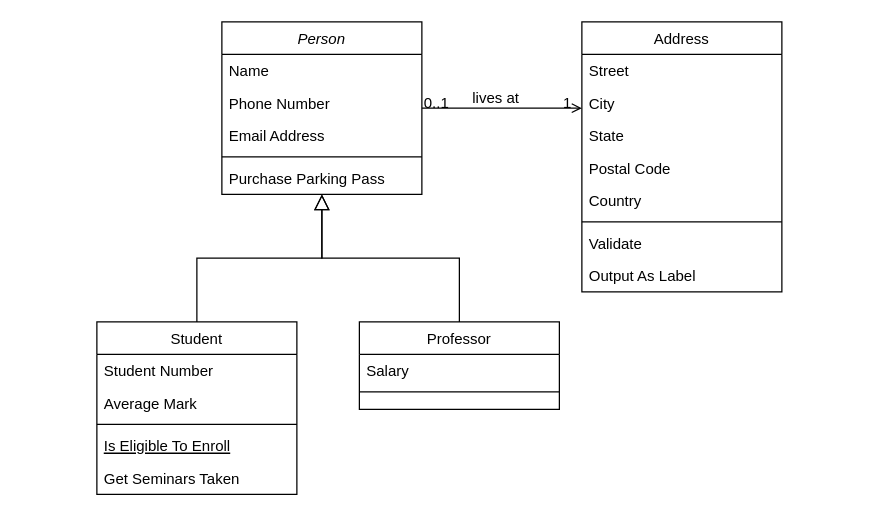
Earlier version of the draw.io diagram Untitled Diagram.drawio (aaronfeng80/basepoint). Source tidied: cells renumbered, new cells numbered last; positions are measured from the earlier drawing's top-left corner, leaving out a move shared by most shapes. Both pictures are drawn from the tidied source at 125%, with x=0, y=0 at pixel (96, 21).
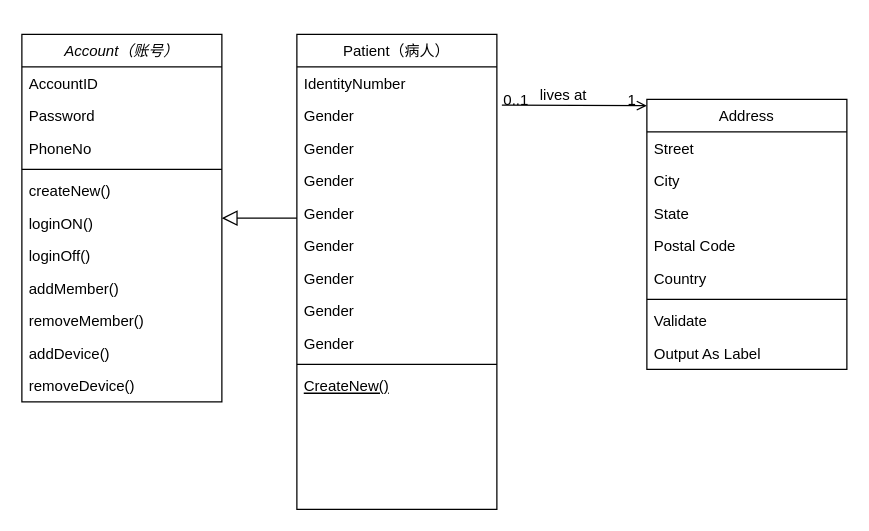
The same diagram, later.

What changed in the source:
```diff
@@
-    <mxCell id="2" value="Person" style="swimlane;fontStyle=2;align=center;verticalAlign=top;horizontal=1;startSize=26;rounded=0;shadow=0;strokeWidth=1;" parent="1" vertex="1">
-      <mxGeometry x="100" width="160" height="138" as="geometry" />
+    <mxCell id="2" value="Account（账号）" style="swimlane;fontStyle=2;align=center;verticalAlign=top;horizontal=1;startSize=26;rounded=0;shadow=0;strokeWidth=1;" parent="1" vertex="1">
+      <mxGeometry x="-60" y="10" width="160" height="294" as="geometry" />
     </mxCell>
-    <mxCell id="3" value="Name" style="text;align=left;verticalAlign=top;spacingLeft=4;spacingRight=4;overflow=hidden;" parent="2" vertex="1">
+    <mxCell id="3" value="AccountID" style="text;align=left;verticalAlign=top;spacingLeft=4;spacingRight=4;overflow=hidden;" parent="2" vertex="1">
       <mxGeometry y="26" width="160" height="26" as="geometry" />
     </mxCell>
-    <mxCell id="4" value="Phone Number" style="text;align=left;verticalAlign=top;spacingLeft=4;spacingRight=4;overflow=hidden;rounded=0;shadow=0;html=0;" parent="2" vertex="1">
+    <mxCell id="4" value="Password" style="text;align=left;verticalAlign=top;spacingLeft=4;spacingRight=4;overflow=hidden;rounded=0;shadow=0;html=0;" parent="2" vertex="1">
       <mxGeometry y="52" width="160" height="26" as="geometry" />
     </mxCell>
-    <mxCell id="5" value="Email Address" style="text;align=left;verticalAlign=top;spacingLeft=4;spacingRight=4;overflow=hidden;rounded=0;shadow=0;html=0;" parent="2" vertex="1">
+    <mxCell id="5" value="PhoneNo" style="text;align=left;verticalAlign=top;spacingLeft=4;spacingRight=4;overflow=hidden;rounded=0;shadow=0;html=0;" parent="2" vertex="1">
       <mxGeometry y="78" width="160" height="26" as="geometry" />
     </mxCell>
@@
-    <mxCell id="7" value="Purchase Parking Pass" style="text;align=left;verticalAlign=top;spacingLeft=4;spacingRight=4;overflow=hidden;" parent="2" vertex="1">
-      <mxGeometry y="112" width="160" height="26" as="geometry" />
-    </mxCell>
+    <mxCell id="32" value="createNew()" style="text;align=left;verticalAlign=top;spacingLeft=4;spacingRight=4;overflow=hidden;rounded=0;shadow=0;html=0;" parent="2" vertex="1">
+      <mxGeometry y="112" width="160" height="26" as="geometry" />
+    </mxCell>
+    <mxCell id="33" value="loginON()" style="text;align=left;verticalAlign=top;spacingLeft=4;spacingRight=4;overflow=hidden;rounded=0;shadow=0;html=0;" parent="2" vertex="1">
+      <mxGeometry y="138" width="160" height="26" as="geometry" />
+    </mxCell>
+    <mxCell id="34" value="loginOff()" style="text;align=left;verticalAlign=top;spacingLeft=4;spacingRight=4;overflow=hidden;rounded=0;shadow=0;html=0;" parent="2" vertex="1">
+      <mxGeometry y="164" width="160" height="26" as="geometry" />
+    </mxCell>
+    <mxCell id="35" value="addMember()" style="text;align=left;verticalAlign=top;spacingLeft=4;spacingRight=4;overflow=hidden;" parent="2" vertex="1">
+      <mxGeometry y="190" width="160" height="26" as="geometry" />
+    </mxCell>
+    <mxCell id="36" value="removeMember()" style="text;align=left;verticalAlign=top;spacingLeft=4;spacingRight=4;overflow=hidden;" parent="2" vertex="1">
+      <mxGeometry y="216" width="160" height="26" as="geometry" />
+    </mxCell>
+    <mxCell id="37" value="addDevice()" style="text;align=left;verticalAlign=top;spacingLeft=4;spacingRight=4;overflow=hidden;" parent="2" vertex="1">
+      <mxGeometry y="242" width="160" height="26" as="geometry" />
+    </mxCell>
+    <mxCell id="38" value="removeDevice()" style="text;align=left;verticalAlign=top;spacingLeft=4;spacingRight=4;overflow=hidden;" parent="2" vertex="1">
+      <mxGeometry y="268" width="160" height="26" as="geometry" />
+    </mxCell>
-    <mxCell id="8" value="Student" style="swimlane;fontStyle=0;align=center;verticalAlign=top;horizontal=1;startSize=26;rounded=0;shadow=0;strokeWidth=1;" parent="1" vertex="1">
-      <mxGeometry y="240" width="160" height="138" as="geometry" />
+    <mxCell id="8" value="Patient（病人）" style="swimlane;fontStyle=0;align=center;verticalAlign=top;horizontal=1;startSize=26;rounded=0;shadow=0;strokeWidth=1;" parent="1" vertex="1">
+      <mxGeometry x="160" y="10" width="160" height="380" as="geometry" />
     </mxCell>
-    <mxCell id="9" value="Student Number" style="text;align=left;verticalAlign=top;spacingLeft=4;spacingRight=4;overflow=hidden;" parent="8" vertex="1">
+    <mxCell id="9" value="IdentityNumber" style="text;align=left;verticalAlign=top;spacingLeft=4;spacingRight=4;overflow=hidden;" parent="8" vertex="1">
       <mxGeometry y="26" width="160" height="26" as="geometry" />
     </mxCell>
-    <mxCell id="10" value="Average Mark" style="text;align=left;verticalAlign=top;spacingLeft=4;spacingRight=4;overflow=hidden;points=[[0,0.5],[1,0.5]];portConstraint=eastwest;rounded=0;shadow=0;html=0;" parent="8" vertex="1">
+    <mxCell id="10" value="Gender" style="text;align=left;verticalAlign=top;spacingLeft=4;spacingRight=4;overflow=hidden;points=[[0,0.5],[1,0.5]];portConstraint=eastwest;rounded=0;shadow=0;html=0;" parent="8" vertex="1">
       <mxGeometry y="52" width="160" height="26" as="geometry" />
     </mxCell>
+    <mxCell id="39" value="Gender" style="text;align=left;verticalAlign=top;spacingLeft=4;spacingRight=4;overflow=hidden;rounded=0;shadow=0;html=0;" parent="8" vertex="1">
+      <mxGeometry y="78" width="160" height="26" as="geometry" />
+    </mxCell>
+    <mxCell id="40" value="Gender" style="text;align=left;verticalAlign=top;spacingLeft=4;spacingRight=4;overflow=hidden;rounded=0;shadow=0;html=0;" parent="8" vertex="1">
+      <mxGeometry y="104" width="160" height="26" as="geometry" />
+    </mxCell>
+    <mxCell id="41" value="Gender" style="text;align=left;verticalAlign=top;spacingLeft=4;spacingRight=4;overflow=hidden;rounded=0;shadow=0;html=0;" parent="8" vertex="1">
+      <mxGeometry y="130" width="160" height="26" as="geometry" />
+    </mxCell>
+    <mxCell id="42" value="Gender" style="text;align=left;verticalAlign=top;spacingLeft=4;spacingRight=4;overflow=hidden;rounded=0;shadow=0;html=0;" parent="8" vertex="1">
+      <mxGeometry y="156" width="160" height="26" as="geometry" />
+    </mxCell>
+    <mxCell id="43" value="Gender" style="text;align=left;verticalAlign=top;spacingLeft=4;spacingRight=4;overflow=hidden;rounded=0;shadow=0;html=0;" parent="8" vertex="1">
+      <mxGeometry y="182" width="160" height="26" as="geometry" />
+    </mxCell>
+    <mxCell id="44" value="Gender" style="text;align=left;verticalAlign=top;spacingLeft=4;spacingRight=4;overflow=hidden;rounded=0;shadow=0;html=0;" parent="8" vertex="1">
+      <mxGeometry y="208" width="160" height="26" as="geometry" />
+    </mxCell>
+    <mxCell id="45" value="Gender" style="text;align=left;verticalAlign=top;spacingLeft=4;spacingRight=4;overflow=hidden;rounded=0;shadow=0;html=0;" parent="8" vertex="1">
+      <mxGeometry y="234" width="160" height="26" as="geometry" />
+    </mxCell>
     <mxCell id="11" style="line;html=1;strokeWidth=1;align=left;verticalAlign=middle;spacingTop=-1;spacingLeft=3;spacingRight=3;labelPosition=right;" parent="8" vertex="1">
-      <mxGeometry y="78" width="160" height="8" as="geometry" />
+      <mxGeometry y="260" width="160" height="8" as="geometry" />
     </mxCell>
-    <mxCell id="12" value="Is Eligible To Enroll" style="text;align=left;verticalAlign=top;spacingLeft=4;spacingRight=4;overflow=hidden;fontStyle=4;" parent="8" vertex="1">
-      <mxGeometry y="86" width="160" height="26" as="geometry" />
+    <mxCell id="12" value="CreateNew()" style="text;align=left;verticalAlign=top;spacingLeft=4;spacingRight=4;overflow=hidden;fontStyle=4;" parent="8" vertex="1">
+      <mxGeometry y="268" width="160" height="26" as="geometry" />
     </mxCell>
-    <mxCell id="13" value="Get Seminars Taken" style="text;align=left;verticalAlign=top;spacingLeft=4;spacingRight=4;overflow=hidden;" parent="8" vertex="1">
-      <mxGeometry y="112" width="160" height="26" as="geometry" />
-    </mxCell>
@@
-    <mxCell id="15" value="Professor" style="swimlane;fontStyle=0;align=center;verticalAlign=top;horizontal=1;startSize=26;rounded=0;shadow=0;strokeWidth=1;" parent="1" vertex="1">
-      <mxGeometry x="210" y="240" width="160" height="70" as="geometry" />
-    </mxCell>
-    <mxCell id="16" value="Salary" style="text;align=left;verticalAlign=top;spacingLeft=4;spacingRight=4;overflow=hidden;" parent="15" vertex="1">
-      <mxGeometry y="26" width="160" height="26" as="geometry" />
-    </mxCell>
-    <mxCell id="17" style="line;html=1;strokeWidth=1;align=left;verticalAlign=middle;spacingTop=-1;spacingLeft=3;spacingRight=3;labelPosition=right;" parent="15" vertex="1">
-      <mxGeometry y="52" width="160" height="8" as="geometry" />
-    </mxCell>
-    <mxCell id="18" style="endArrow=block;endSize=10;endFill=0;shadow=0;strokeWidth=1;rounded=0;edgeStyle=elbowEdgeStyle;elbow=vertical;" parent="1" edge="1" source="15" target="2">
-      <mxGeometry relative="1" as="geometry" />
-    </mxCell>
     <mxCell id="19" value="Address" style="swimlane;fontStyle=0;align=center;verticalAlign=top;horizontal=1;startSize=26;rounded=0;shadow=0;strokeWidth=1;" parent="1" vertex="1">
-      <mxGeometry x="388" width="160" height="216" as="geometry" />
+      <mxGeometry x="440" y="62" width="160" height="216" as="geometry" />
     </mxCell>
@@
-    <mxCell id="28" style="endArrow=open;shadow=0;strokeWidth=1;rounded=0;endFill=1;edgeStyle=elbowEdgeStyle;elbow=vertical;" parent="1" edge="1" source="2" target="19">
+    <mxCell id="28" style="endArrow=open;shadow=0;strokeWidth=1;rounded=0;endFill=1;edgeStyle=elbowEdgeStyle;elbow=vertical;exitX=1.025;exitY=0.179;exitDx=0;exitDy=0;exitPerimeter=0;" parent="1" edge="1" source="10" target="19">
       <mxGeometry x="0.5" y="41" relative="1" as="geometry">
         <mxPoint x="-40" y="32" as="offset" />
       </mxGeometry>
     </mxCell>
```
